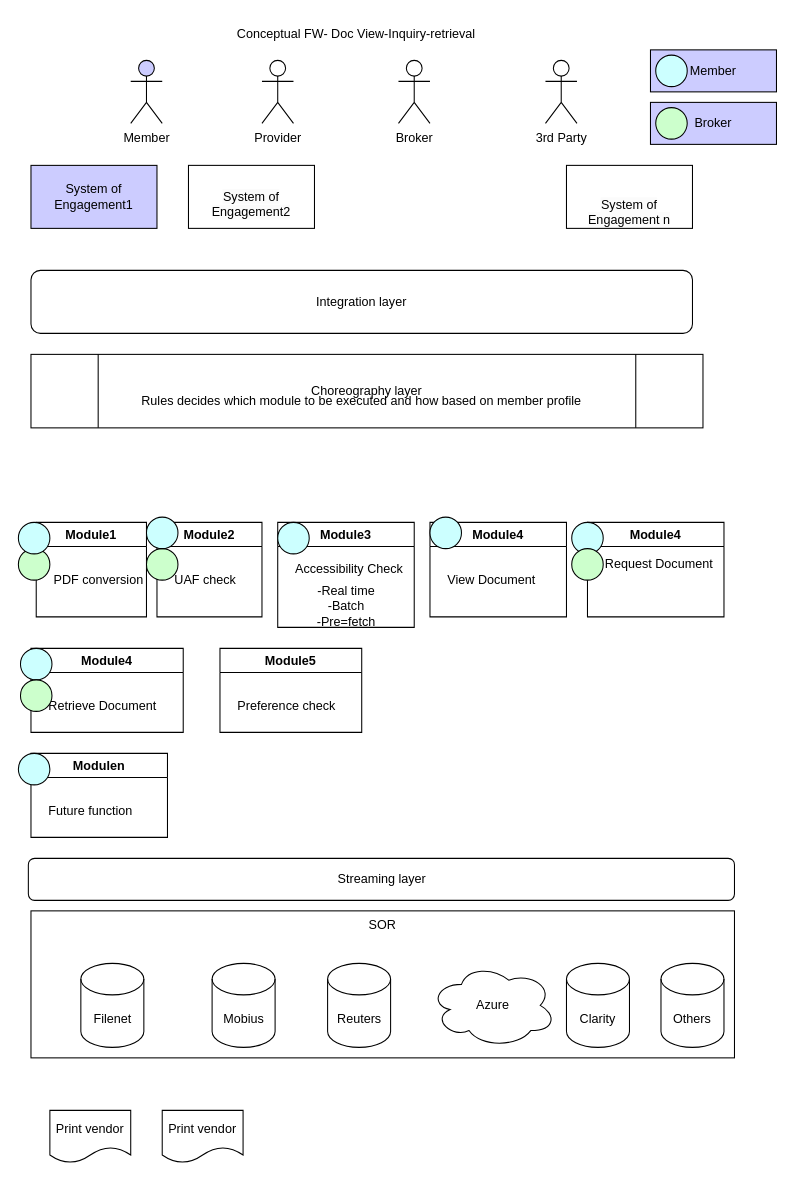
This is Untitled Diagram.drawio from kingshukdash/python-programming-, a draw.io file, before an edit. Source tidied: cells renumbered, new cells numbered last; positions are measured from the earlier drawing's top-left corner, leaving out a move shared by most shapes. Both pictures are drawn from the tidied source at 105%, with x=0, y=0 at pixel (18, 18).
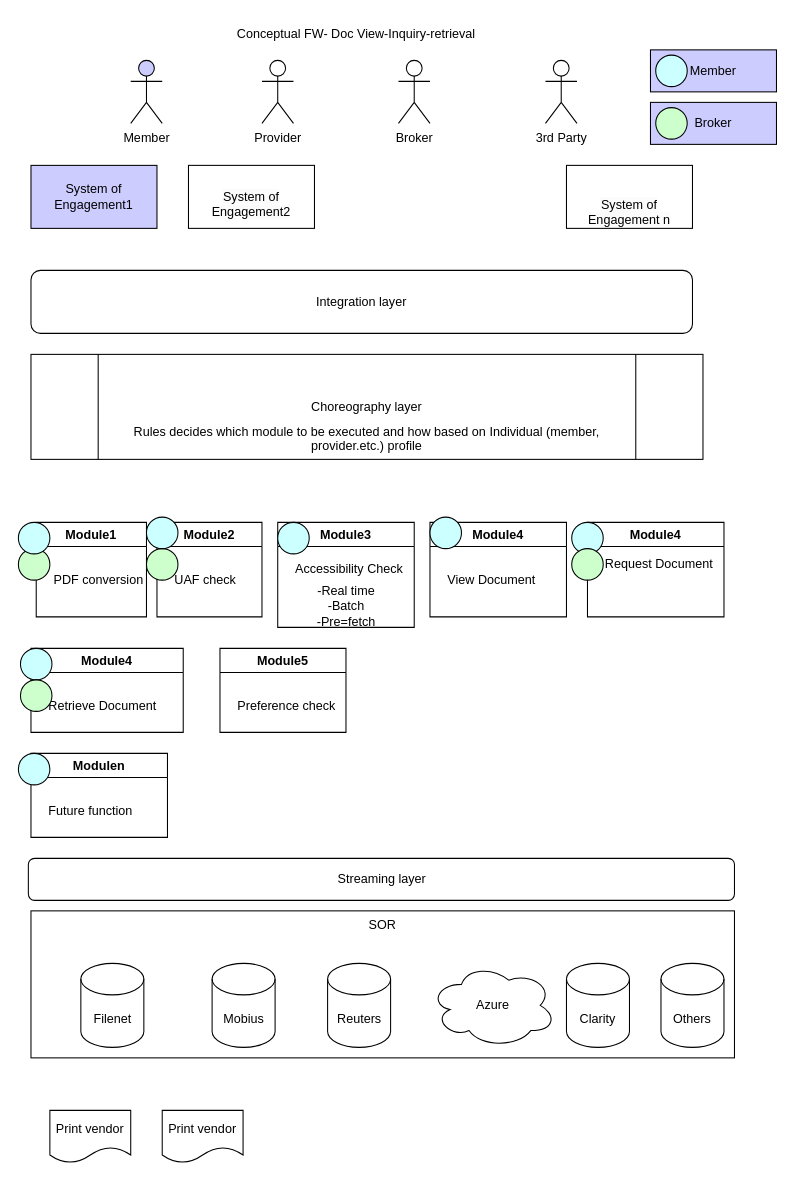
The same diagram, later.

The edit, as a diff of the source:
```diff
@@
     <mxCell id="14" value="Choreography layer" style="shape=process;whiteSpace=wrap;html=1;backgroundOutline=1;" parent="1" vertex="1">
-      <mxGeometry x="12" y="320" width="640" height="70" as="geometry" />
+      <mxGeometry x="12" y="320" width="640" height="100" as="geometry" />
     </mxCell>
@@
-    <mxCell id="26" value="Rules decides which module to be executed and how based on member profile" style="text;html=1;strokeColor=none;fillColor=none;align=center;verticalAlign=middle;whiteSpace=wrap;rounded=0;" parent="1" vertex="1">
-      <mxGeometry x="17" y="350" width="620" height="30" as="geometry" />
+    <mxCell id="26" value="Rules decides which module to be executed and how based on Individual (member, provider.etc.) profile" style="text;html=1;strokeColor=none;fillColor=none;align=center;verticalAlign=top;whiteSpace=wrap;rounded=0;" parent="1" vertex="1">
+      <mxGeometry x="82" y="380" width="500" height="40" as="geometry" />
     </mxCell>
@@
     <mxCell id="52" value="Module5" style="swimlane;whiteSpace=wrap;html=1;" parent="1" vertex="1">
-      <mxGeometry x="192" y="600" width="135" height="80" as="geometry" />
+      <mxGeometry x="192" y="600" width="120" height="80" as="geometry" />
     </mxCell>
```
